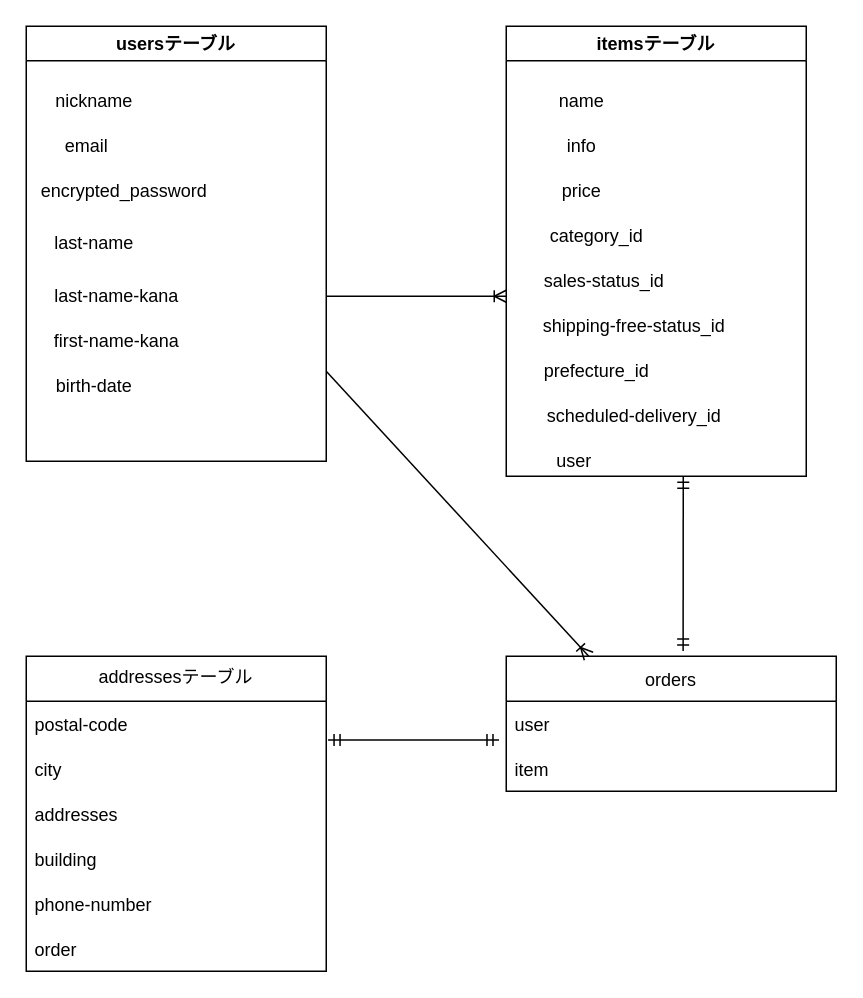
Before: ER.dio in mura33/furima-kagawa2022-Setouchi-Mussle, a draw.io diagram. Source tidied: cells renumbered, new cells numbered last; positions are measured from the earlier drawing's top-left corner, leaving out a move shared by most shapes. Both pictures are drawn from the tidied source at 150%, with x=0, y=0 at pixel (26, 26).
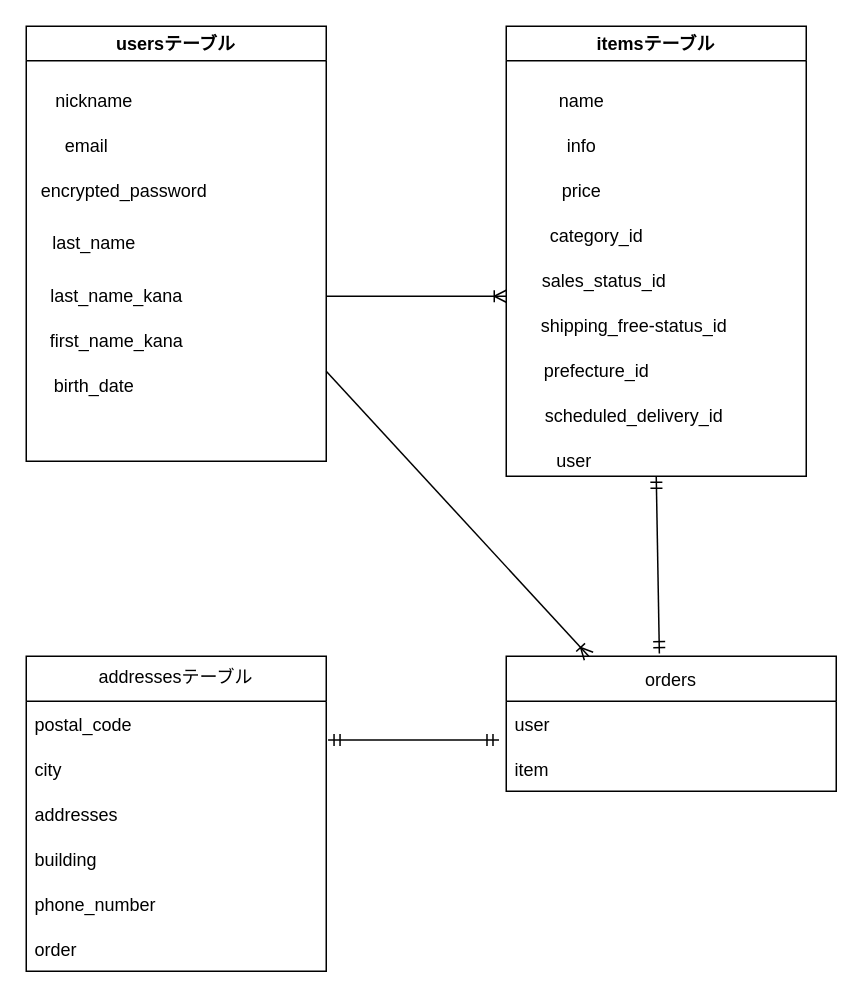
After the change.

Unchanged cells that the change refers to:
```xml
<mxCell id="2" value="usersテーブル" style="swimlane;" parent="1" vertex="1">
  <mxGeometry width="200" height="290" as="geometry" />
</mxCell>
<mxCell id="10" value="itemsテーブル" style="swimlane;" parent="1" vertex="1">
  <mxGeometry x="320" width="200" height="300" as="geometry" />
</mxCell>
<mxCell id="20" value="addressesテーブル" style="swimlane;fontStyle=0;horizontal=1;startSize=30;verticalAlign=top;" parent="1" vertex="1">
  <mxGeometry y="420" width="200" height="210" as="geometry" />
</mxCell>
<mxCell id="27" value="orders" style="swimlane;fontStyle=0;horizontal=1;startSize=30;" parent="1" vertex="1">
  <mxGeometry x="320" y="420" width="220" height="90" as="geometry" />
</mxCell>
```

The edit, as a diff of the source:
```diff
@@
-    <mxCell id="6" value="last-name" style="text;html=1;align=center;verticalAlign=middle;strokeColor=none;fillColor=none;" parent="2" vertex="1">
+    <mxCell id="6" value="last_name" style="text;html=1;align=center;verticalAlign=middle;strokeColor=none;fillColor=none;" parent="2" vertex="1">
       <mxGeometry x="10" y="135" width="70" height="20" as="geometry" />
     </mxCell>
-    <mxCell id="7" value="last-name-kana" style="text;html=1;align=center;verticalAlign=middle;strokeColor=none;fillColor=none;" parent="2" vertex="1">
+    <mxCell id="7" value="last_name_kana" style="text;html=1;align=center;verticalAlign=middle;strokeColor=none;fillColor=none;" parent="2" vertex="1">
       <mxGeometry x="10" y="170" width="100" height="20" as="geometry" />
     </mxCell>
-    <mxCell id="8" value="first-name-kana" style="text;html=1;align=center;verticalAlign=middle;strokeColor=none;fillColor=none;" parent="2" vertex="1">
+    <mxCell id="8" value="first_name_kana" style="text;html=1;align=center;verticalAlign=middle;strokeColor=none;fillColor=none;" parent="2" vertex="1">
       <mxGeometry x="10" y="200" width="100" height="20" as="geometry" />
     </mxCell>
-    <mxCell id="9" value="birth-date" style="text;html=1;align=center;verticalAlign=middle;strokeColor=none;fillColor=none;" parent="2" vertex="1">
+    <mxCell id="9" value="birth_date" style="text;html=1;align=center;verticalAlign=middle;strokeColor=none;fillColor=none;" parent="2" vertex="1">
       <mxGeometry x="10" y="230" width="70" height="20" as="geometry" />
     </mxCell>
@@
-    <mxCell id="15" value="sales-status_id" style="text;html=1;align=center;verticalAlign=middle;strokeColor=none;fillColor=none;" parent="10" vertex="1">
+    <mxCell id="15" value="sales_status_id" style="text;html=1;align=center;verticalAlign=middle;strokeColor=none;fillColor=none;" parent="10" vertex="1">
       <mxGeometry x="15" y="160" width="100" height="20" as="geometry" />
     </mxCell>
-    <mxCell id="16" value="shipping-free-status_id" style="text;html=1;align=center;verticalAlign=middle;strokeColor=none;fillColor=none;" parent="10" vertex="1">
+    <mxCell id="16" value="shipping_free-status_id" style="text;html=1;align=center;verticalAlign=middle;strokeColor=none;fillColor=none;" parent="10" vertex="1">
       <mxGeometry x="15" y="190" width="140" height="20" as="geometry" />
     </mxCell>
@@
-    <mxCell id="19" value="scheduled-delivery_id" style="text;html=1;align=center;verticalAlign=middle;strokeColor=none;fillColor=none;" parent="10" vertex="1">
+    <mxCell id="19" value="scheduled_delivery_id" style="text;html=1;align=center;verticalAlign=middle;strokeColor=none;fillColor=none;" parent="10" vertex="1">
       <mxGeometry x="20" y="250" width="130" height="20" as="geometry" />
     </mxCell>
@@
-    <mxCell id="21" value="postal-code" style="text;strokeColor=none;fillColor=none;align=left;verticalAlign=middle;spacingLeft=4;spacingRight=4;overflow=hidden;" parent="20" vertex="1">
+    <mxCell id="21" value="postal_code" style="text;strokeColor=none;fillColor=none;align=left;verticalAlign=middle;spacingLeft=4;spacingRight=4;overflow=hidden;" parent="20" vertex="1">
       <mxGeometry y="30" width="200" height="30" as="geometry" />
     </mxCell>
@@
-    <mxCell id="25" value="phone-number" style="text;strokeColor=none;fillColor=none;align=left;verticalAlign=middle;spacingLeft=4;spacingRight=4;overflow=hidden;" parent="20" vertex="1">
+    <mxCell id="25" value="phone_number" style="text;strokeColor=none;fillColor=none;align=left;verticalAlign=middle;spacingLeft=4;spacingRight=4;overflow=hidden;" parent="20" vertex="1">
       <mxGeometry y="150" width="200" height="30" as="geometry" />
     </mxCell>
@@
-    <mxCell id="33" style="fontSize=12;html=1;endArrow=ERmandOne;startArrow=ERmandOne;exitX=0.536;exitY=-0.038;exitDx=0;exitDy=0;exitPerimeter=0;" parent="1" edge="1" source="27">
-      <mxGeometry relative="1" as="geometry">
-        <mxPoint x="438" y="300" as="targetPoint" />
-      </mxGeometry>
-    </mxCell>
-    <mxCell id="34" style="fontSize=12;html=1;endArrow=ERmandOne;startArrow=ERmandOne;strokeColor=none;" parent="1" edge="1">
-      <mxGeometry relative="1" as="geometry">
-        <mxPoint x="440" y="410" as="sourcePoint" />
-        <mxPoint x="440" y="300" as="targetPoint" />
-      </mxGeometry>
-    </mxCell>
+    <mxCell id="35" style="fontSize=12;html=1;endArrow=ERmandOne;startArrow=ERmandOne;entryX=0.5;entryY=1;entryDx=0;entryDy=0;exitX=0.464;exitY=-0.02;exitDx=0;exitDy=0;exitPerimeter=0;" parent="1" edge="1" source="27" target="10">
+      <mxGeometry relative="1" as="geometry" />
+    </mxCell>
```
